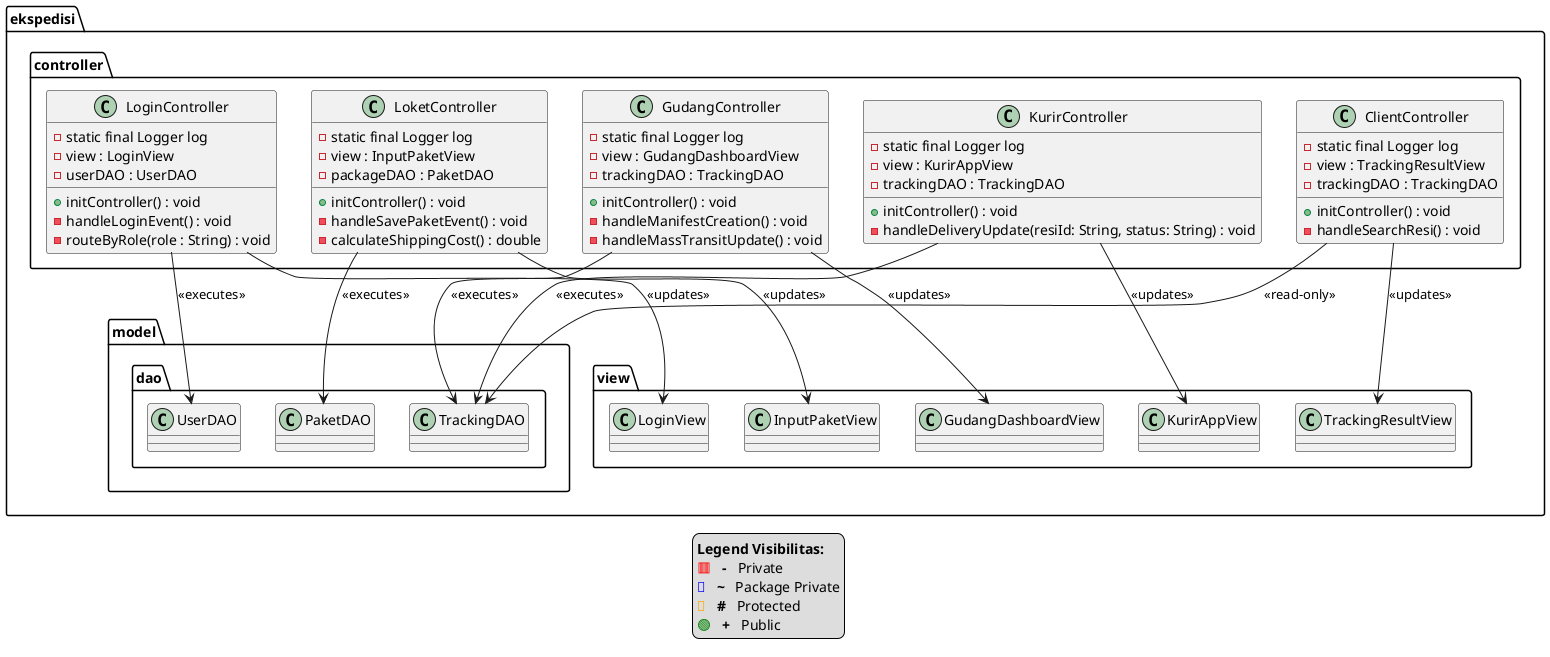
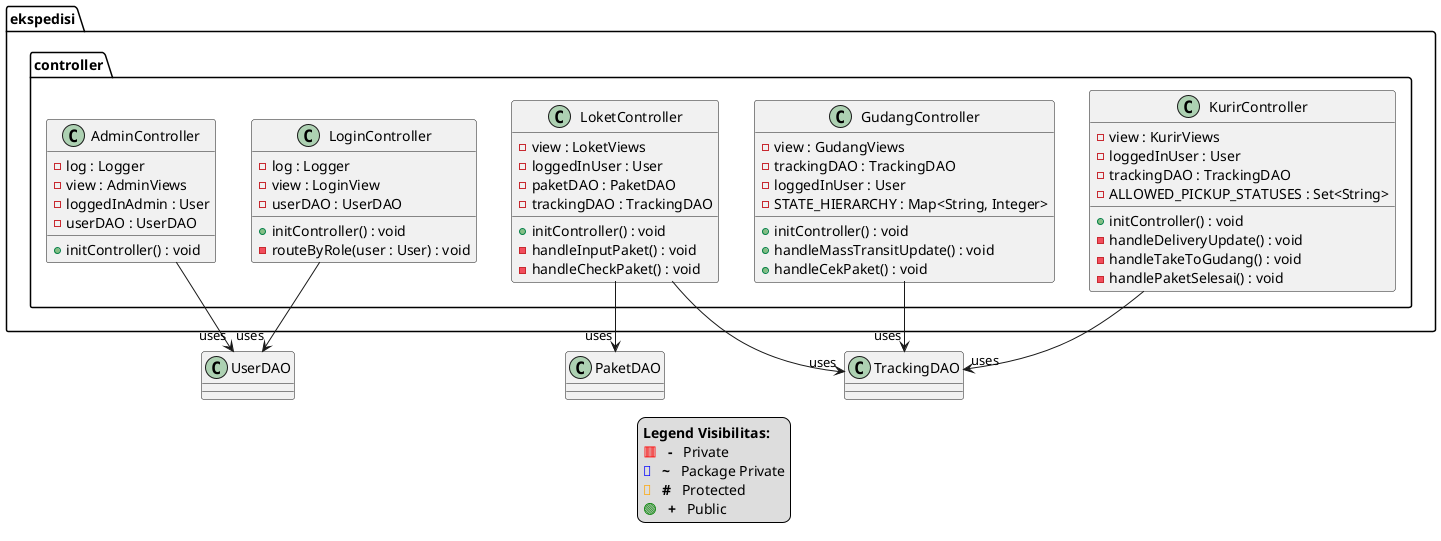
@startuml
- 
package "ekspedisi" <<Folder>> {
    package "controller" <<Folder>>  {
        class LoginController {
-             - static final Logger log
+             - log : Logger
            - view : LoginView
            - userDAO : UserDAO
            + initController() : void
-             - handleLoginEvent() : void
-             - routeByRole(role : String) : void
+             - routeByRole(user : User) : void
+         }
+ 
+         class AdminController {
+             - log : Logger
+             - view : AdminViews
+             - loggedInAdmin : User
+             - userDAO : UserDAO
+             + initController() : void
        }

        class LoketController {
-             - static final Logger log
-             - view : InputPaketView
-             - packageDAO : PaketDAO
+             - view : LoketViews
+             - loggedInUser : User
+             - paketDAO : PaketDAO
+             - trackingDAO : TrackingDAO
            + initController() : void
-             - handleSavePaketEvent() : void
-             - calculateShippingCost() : double
+             - handleInputPaket() : void
+             - handleCheckPaket() : void
        }

        class GudangController {
-             - static final Logger log
-             - view : GudangDashboardView
+             - view : GudangViews
            - trackingDAO : TrackingDAO
+             - loggedInUser : User
+             - STATE_HIERARCHY : Map<String, Integer>
            + initController() : void
-             - handleManifestCreation() : void
-             - handleMassTransitUpdate() : void
+             + handleMassTransitUpdate() : void
+             + handleCekPaket() : void
        }

        class KurirController {
-             - static final Logger log
-             - view : KurirAppView
+             - view : KurirViews
+             - loggedInUser : User
            - trackingDAO : TrackingDAO
+             - ALLOWED_PICKUP_STATUSES : Set<String>
            + initController() : void
-             - handleDeliveryUpdate(resiId: String, status: String) : void
+             - handleDeliveryUpdate() : void
+             - handleTakeToGudang() : void
+             - handlePaketSelesai() : void
        }
- 
-         class ClientController {
-             - static final Logger log
-             - view : TrackingResultView
-             - trackingDAO : TrackingDAO
-             + initController() : void
-             - handleSearchResi() : void
-         }
-     }
- 
-     package "model.dao" <<Folder>> {
-         class UserDAO
-         class PaketDAO
-         class TrackingDAO
-     }
- 
-     package "view" <<Folder>> {
-         class LoginView
-         class InputPaketView
-         class GudangDashboardView
-         class KurirAppView
-         class TrackingResultView
    }
}

- ' Relasi Login (Sang Gerbang Utama)
- LoginController --> LoginView : <<updates>>
- LoginController --> UserDAO : <<executes>>
- 
- ' Relasi Loket
- LoketController --> InputPaketView : <<updates>>
- LoketController --> PaketDAO : <<executes>>
- 
- ' Relasi Gudang
- GudangController --> GudangDashboardView : <<updates>>
- GudangController --> TrackingDAO : <<executes>>
- 
- ' Relasi Kurir
- KurirController --> KurirAppView : <<updates>>
- KurirController --> TrackingDAO : <<executes>>
- 
- ' Relasi Client (Read-Only)
- ClientController --> TrackingResultView : <<updates>>
- ClientController --> TrackingDAO : <<read-only>>
+ LoginController --> "uses" UserDAO
+ AdminController --> "uses" UserDAO
+ LoketController --> "uses" PaketDAO
+ LoketController --> "uses" TrackingDAO
+ GudangController --> "uses" TrackingDAO
+ KurirController --> "uses" TrackingDAO

'Legenda
legend bottom center
      <b>Legend Visibilitas:</b>
      <color:red>🟥</color>  <b> - </b>  Private
      <color:blue>🔷</color>  <b> ~ </b>  Package Private
      <color:orange>🔶</color>  <b> # </b>  Protected
      <color:green>🟢</color>  <b> + </b>  Public
endlegend

@enduml